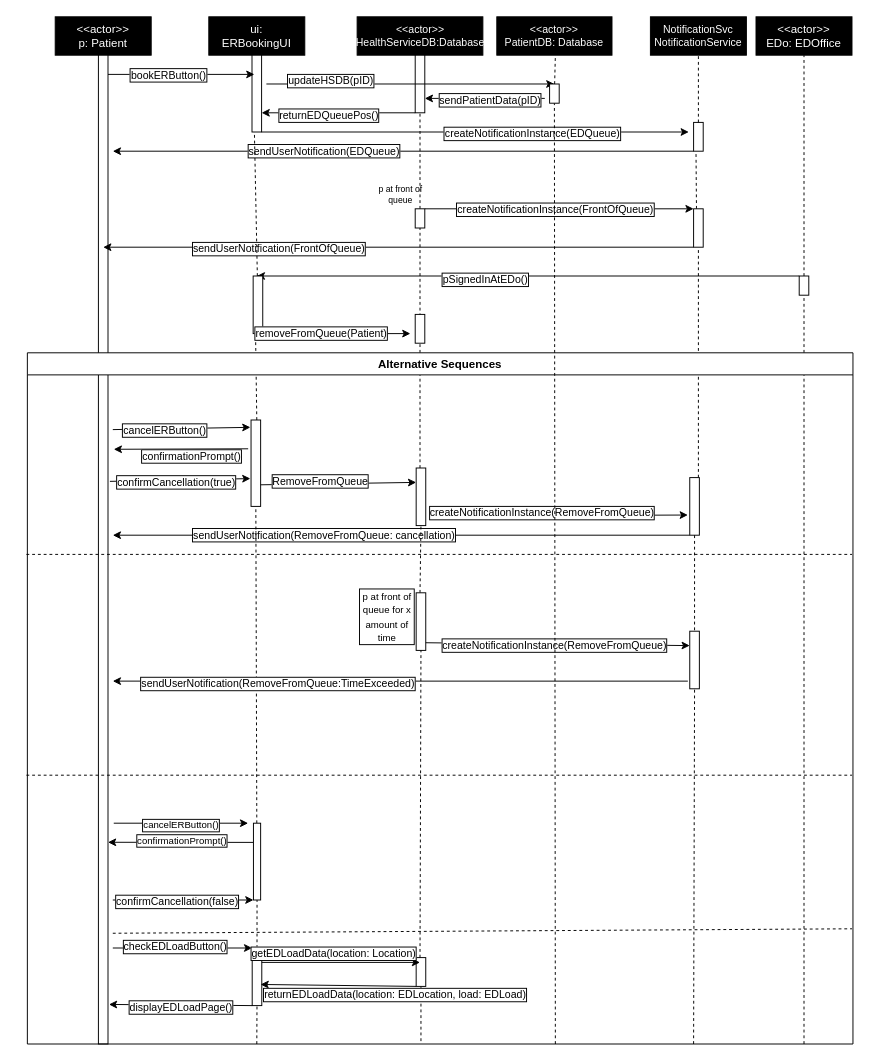
Above: booking_er_sequence.drawio in uvic-teach/project-m1-team8 (draw.io), before the change. Source tidied: cells renumbered, new cells numbered last; positions are measured from the earlier drawing's top-left corner, leaving out a move shared by most shapes. Both pictures are drawn from the tidied source at 96%, with x=0, y=0 at pixel (26, 16).
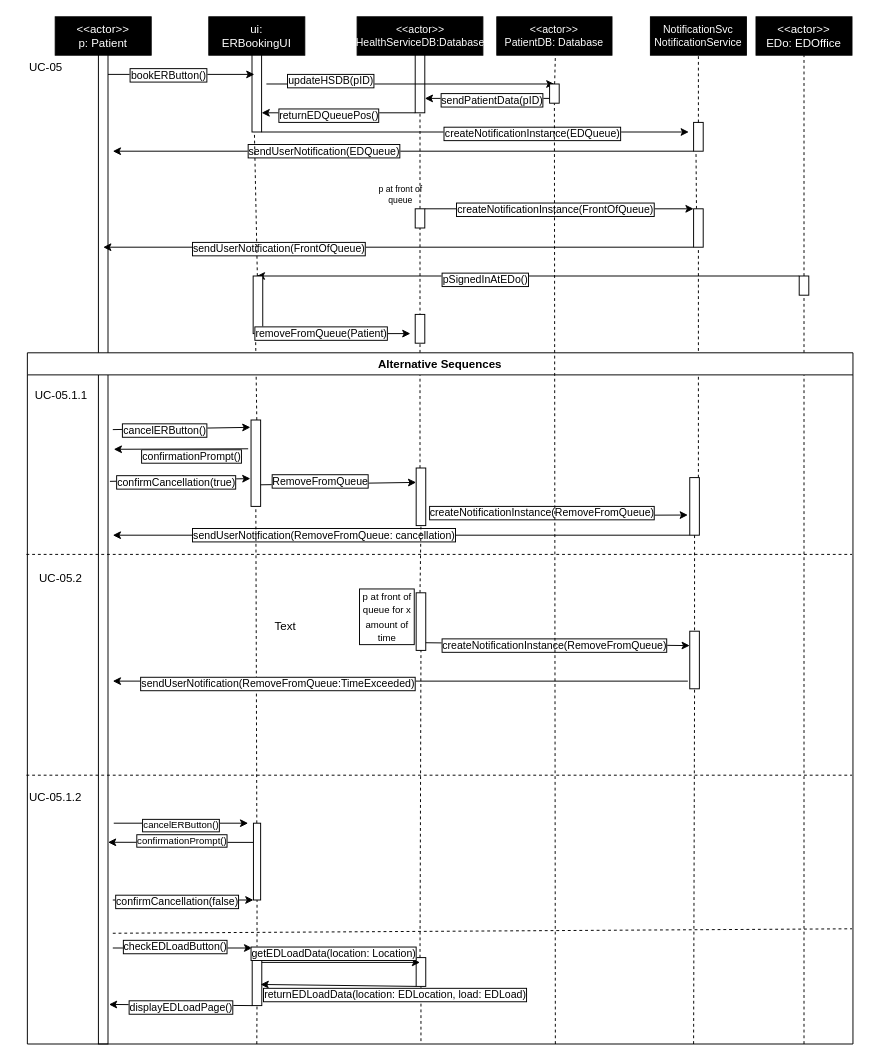
The same diagram, later.

The change refers to these unchanged cells:
```xml
<mxCell id="8" style="rounded=0;whiteSpace=wrap;html=1;" parent="1" vertex="1">
  <mxGeometry x="405" y="40" width="10" height="60" as="geometry" />
</mxCell>
<mxCell id="71" value="Alternative Sequences" style="swimlane;whiteSpace=wrap;html=1;" parent="1" vertex="1">
  <mxGeometry x="1" y="350" width="860" height="720" as="geometry" />
</mxCell>
<mxCell id="101" style="rounded=0;whiteSpace=wrap;html=1;" parent="1" vertex="1">
  <mxGeometry x="545" y="70" width="10" height="20" as="geometry" />
</mxCell>
```

Change to the diagram source:
```diff
@@
-    <mxCell id="51" style="endArrow=classic;html=1;rounded=0;entryX=1;entryY=0.75;entryDx=0;entryDy=0;" parent="1" edge="1" target="8">
-      <mxGeometry relative="1" as="geometry">
-        <mxPoint x="540" y="85" as="sourcePoint" />
-      </mxGeometry>
+    <mxCell id="51" style="endArrow=classic;html=1;rounded=0;entryX=1;entryY=0.75;entryDx=0;entryDy=0;exitX=0;exitY=0.75;exitDx=0;exitDy=0;" parent="1" edge="1" source="101" target="8">
+      <mxGeometry relative="1" as="geometry" />
     </mxCell>
@@
+    <mxCell id="102" value="UC-05.1.1" style="text;html=1;align=center;verticalAlign=middle;strokeColor=none;fillColor=none;" parent="71" vertex="1">
+      <mxGeometry x="-5" y="30" width="80" height="30" as="geometry" />
+    </mxCell>
+    <mxCell id="103" value="UC-05.2" style="text;html=1;strokeColor=none;fillColor=none;align=center;verticalAlign=middle;whiteSpace=wrap;rounded=0;" parent="71" vertex="1">
+      <mxGeometry x="5" y="220" width="60" height="30" as="geometry" />
+    </mxCell>
@@
+    <mxCell id="104" value="Text" style="text;html=1;strokeColor=none;fillColor=none;align=center;verticalAlign=middle;whiteSpace=wrap;rounded=0;" parent="1" vertex="1">
+      <mxGeometry x="240" y="620" width="60" height="30" as="geometry" />
+    </mxCell>
+    <mxCell id="105" value="UC-05.1.2" style="text;html=1;align=center;verticalAlign=middle;strokeColor=none;fillColor=none;" parent="1" vertex="1">
+      <mxGeometry x="-10" y="798" width="80" height="30" as="geometry" />
+    </mxCell>
+    <mxCell id="106" value="UC-05" style="text;html=1;align=center;verticalAlign=middle;strokeColor=none;fillColor=none;" parent="1" vertex="1">
+      <mxGeometry x="-10" y="38" width="60" height="30" as="geometry" />
+    </mxCell>
```
